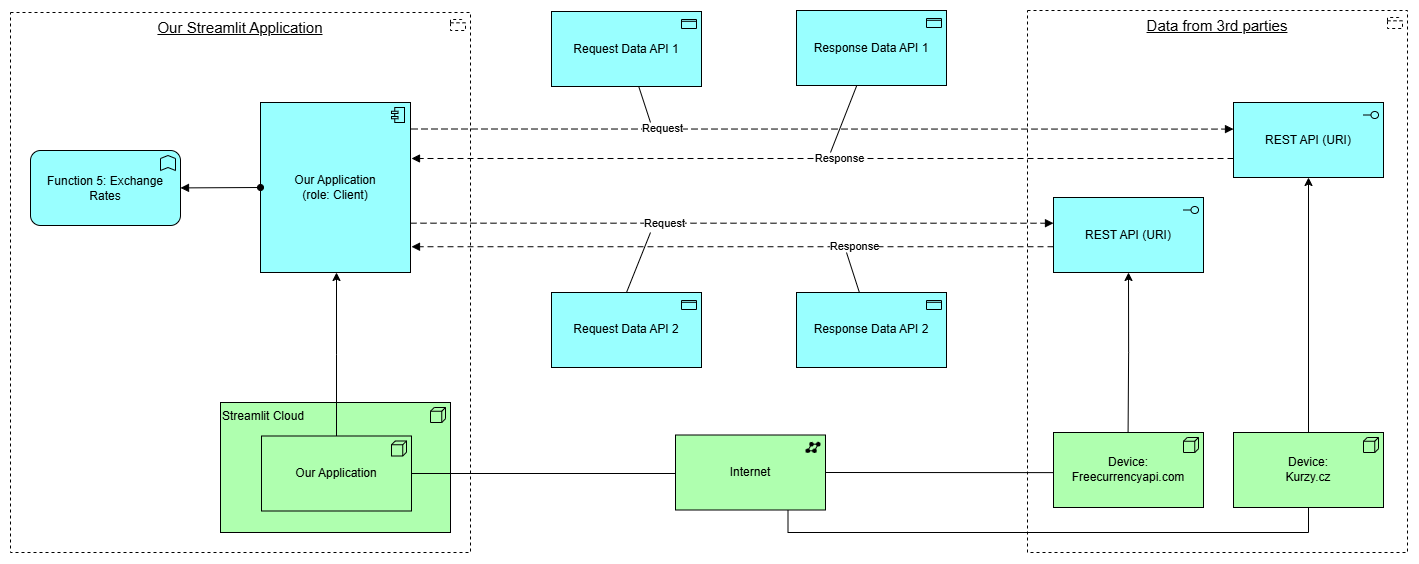
The draw.io diagram Pictures/Function_5/F5_description_archimate_api.png in netj22693/backup-app-jn, before a commit. Source tidied: cells renumbered, new cells last; positions are measured from the earlier drawing's top-left corner, leaving out a move shared by most shapes.
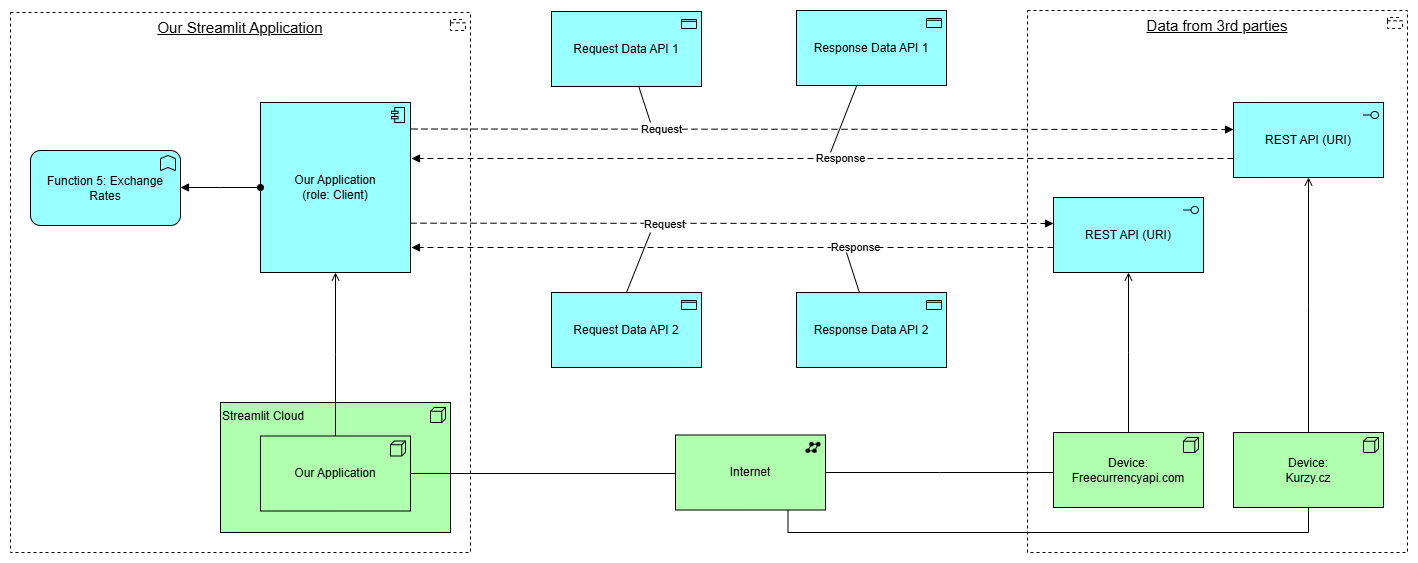
The same file after the commit.

Commit message:
10-Jun-2025 - v3.0.3 - F5 archimate diagram adjustment

The edit, as a diff of the source:
```diff
@@ -32,11 +32,6 @@
     <mxCell id="11" value="Streamlit Cloud" style="html=1;whiteSpace=wrap;fillColor=#AFFFAF;shape=mxgraph.archimate3.application;appType=node;archiType=square;align=left;verticalAlign=top;" parent="1" vertex="1">
       <mxGeometry x="210" y="392" width="230" height="130" as="geometry" />
     </mxCell>
-    <mxCell id="12" style="edgeStyle=orthogonalEdgeStyle;rounded=0;jettySize=auto;html=1;entryX=0.5;entryY=1;entryDx=0;entryDy=0;entryPerimeter=0;" parent="1" edge="1" source="32">
-      <mxGeometry relative="1" as="geometry">
-        <mxPoint x="326" y="262" as="targetPoint" />
-      </mxGeometry>
-    </mxCell>
     <mxCell id="13" value="Device:&lt;div&gt;Freecurrencyapi.com&lt;/div&gt;" style="html=1;outlineConnect=0;whiteSpace=wrap;fillColor=#AFFFAF;shape=mxgraph.archimate3.application;appType=node;archiType=square;" parent="1" vertex="1">
       <mxGeometry x="1043" y="422" width="150" height="75" as="geometry" />
     </mxCell>
@@ -83,14 +78,6 @@
         <mxPoint x="104" as="offset" />
       </mxGeometry>
     </mxCell>
-    <mxCell id="23" style="edgeStyle=orthogonalEdgeStyle;rounded=0;jettySize=auto;html=1;exitX=0.5;exitY=0;exitDx=0;exitDy=0;exitPerimeter=0;" parent="1" edge="1" target="6">
-      <mxGeometry relative="1" as="geometry">
-        <mxPoint x="1117.6" y="422" as="sourcePoint" />
-      </mxGeometry>
-    </mxCell>
-    <mxCell id="24" style="edgeStyle=orthogonalEdgeStyle;rounded=0;jettySize=auto;html=1;" parent="1" edge="1" source="14" target="5">
-      <mxGeometry relative="1" as="geometry" />
-    </mxCell>
     <mxCell id="25" style="html=1;endArrow=none;rounded=0;exitX=0.5;exitY=0;exitDx=0;exitDy=0;exitPerimeter=0;" parent="1" edge="1" source="7">
       <mxGeometry relative="1" as="geometry">
         <mxPoint x="640" y="222" as="targetPoint" />
@@ -125,7 +112,7 @@
       <mxGeometry relative="1" as="geometry" />
     </mxCell>
     <mxCell id="32" value="Our Application" style="html=1;outlineConnect=0;whiteSpace=wrap;fillColor=#AFFFAF;shape=mxgraph.archimate3.application;appType=node;archiType=square;" parent="1" vertex="1">
-      <mxGeometry x="251" y="425.5" width="150" height="75" as="geometry" />
+      <mxGeometry x="250" y="425.5" width="150" height="75" as="geometry" />
     </mxCell>
     <mxCell id="33" value="Function 5: Exchange Rates" style="html=1;outlineConnect=0;whiteSpace=wrap;fillColor=#99ffff;shape=mxgraph.archimate3.application;appType=func;archiType=rounded;" parent="1" vertex="1">
       <mxGeometry x="20" y="140" width="150" height="75" as="geometry" />
@@ -140,5 +127,14 @@
         </Array>
       </mxGeometry>
     </mxCell>
+    <mxCell id="36" style="edgeStyle=elbowEdgeStyle;html=1;endArrow=open;elbow=vertical;endFill=1;rounded=0;" parent="1" edge="1" source="32" target="4">
+      <mxGeometry relative="1" as="geometry" />
+    </mxCell>
+    <mxCell id="37" style="edgeStyle=elbowEdgeStyle;html=1;endArrow=open;elbow=vertical;endFill=1;rounded=0;" parent="1" edge="1" source="13" target="6">
+      <mxGeometry relative="1" as="geometry" />
+    </mxCell>
+    <mxCell id="24" style="edgeStyle=elbowEdgeStyle;html=1;endArrow=open;elbow=vertical;endFill=1;rounded=0;" parent="1" edge="1" source="14" target="5">
+      <mxGeometry relative="1" as="geometry" />
+    </mxCell>
   </root>
 </mxGraphModel>
```
